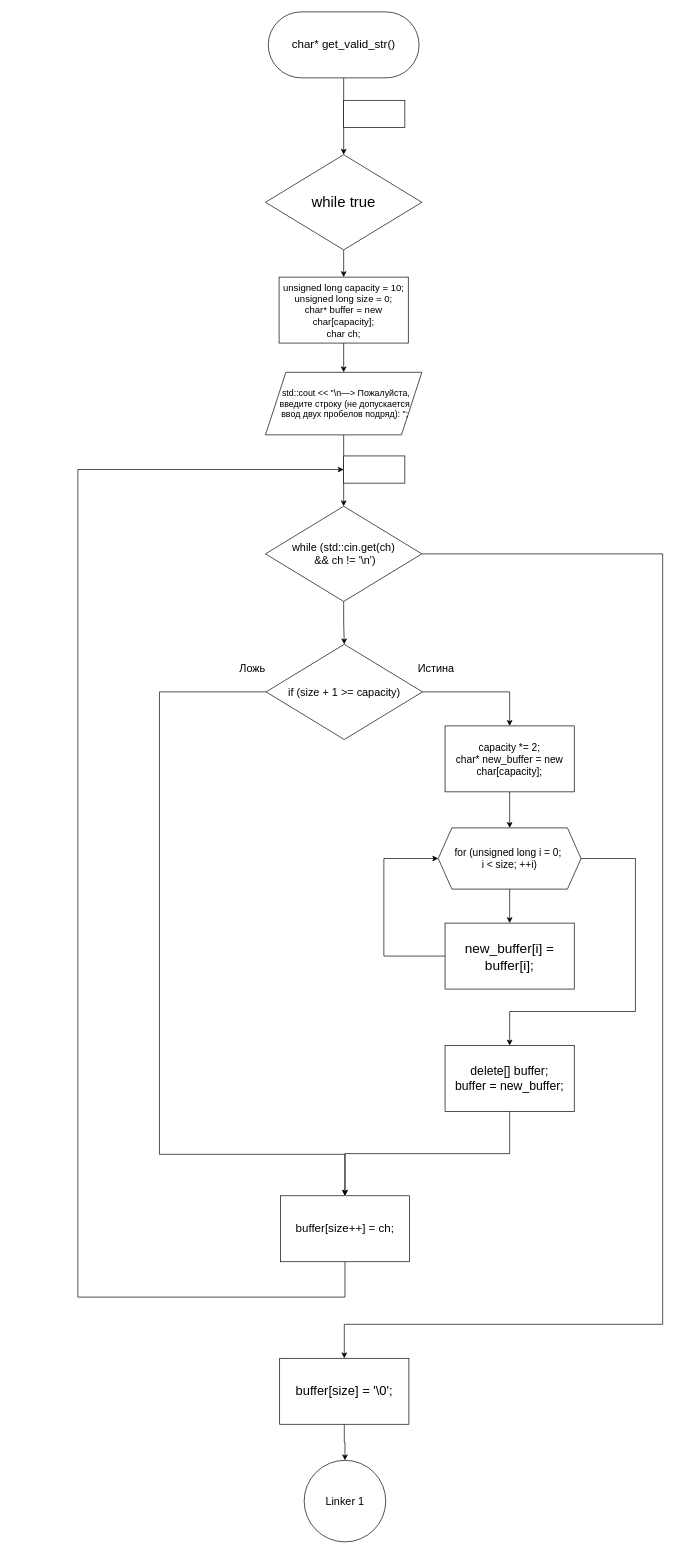
Above: LAB7_get_valid_str(1).drawio in kravecila28-ops/Block-diagram_templates (draw.io), before the change. Source tidied: cells renumbered, new cells numbered last; positions are measured from the earlier drawing's top-left corner, leaving out a move shared by most shapes. Both pictures are drawn from the tidied source at 68%, with x=0, y=0 at pixel (78, 12).
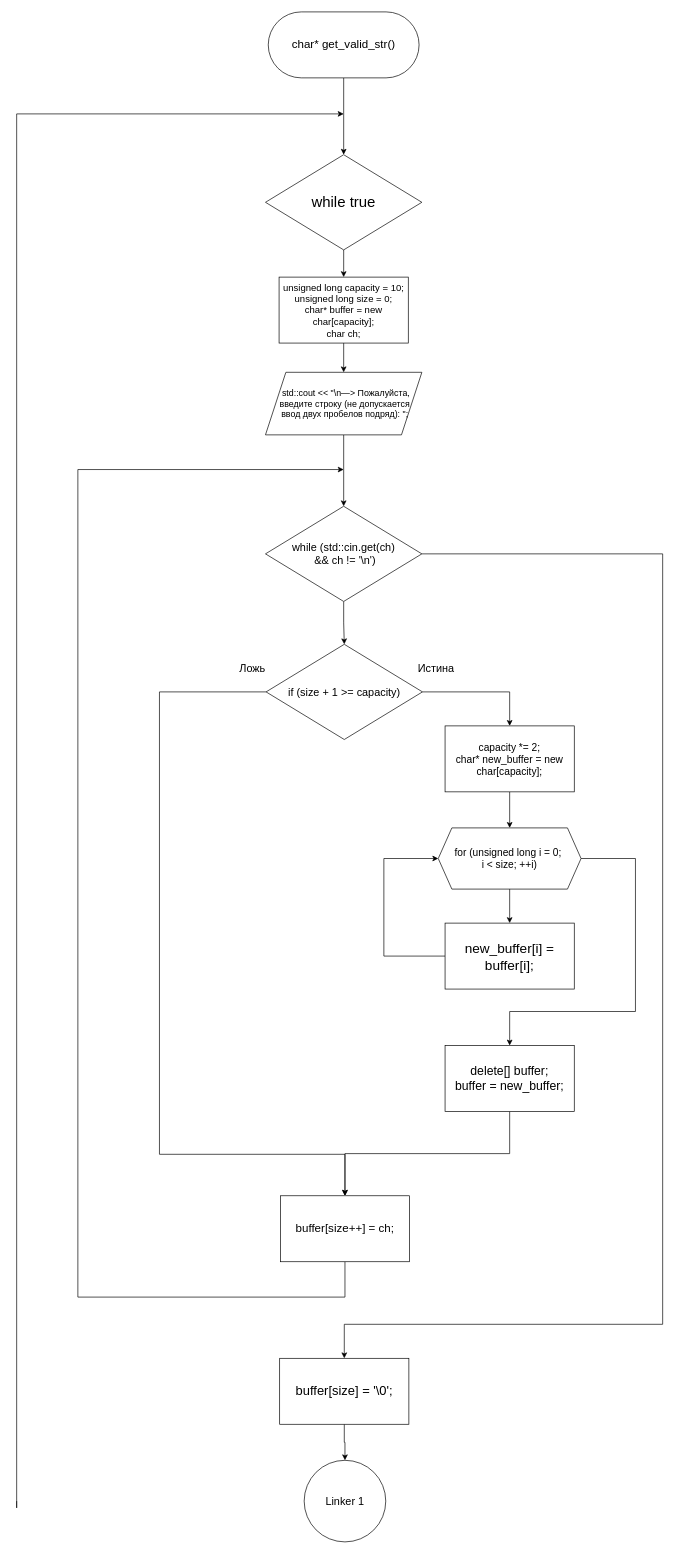
The same page after the edit.

The change refers to these unchanged cells:
```xml
<mxCell id="21" value="&lt;font style=&quot;font-size: 17px;&quot;&gt;buffer[size++] = ch;&lt;/font&gt;" style="rounded=0;whiteSpace=wrap;html=1;labelBackgroundColor=none;" parent="1" vertex="1">
  <mxGeometry x="297.8" y="1741" width="190" height="97" as="geometry" />
</mxCell>
```

The edit, as a diff of the source:
```diff
@@
-    <mxCell id="13" style="rounded=0;whiteSpace=wrap;html=1;" parent="1" vertex="1">
-      <mxGeometry x="390.9" y="130" width="90" height="40" as="geometry" />
-    </mxCell>
-    <mxCell id="14" style="rounded=0;whiteSpace=wrap;html=1;" parent="1" vertex="1">
-      <mxGeometry x="390.9" y="653" width="90" height="40" as="geometry" />
-    </mxCell>
@@
-    <mxCell id="20" style="edgeStyle=orthogonalEdgeStyle;rounded=0;jettySize=auto;html=1;exitX=0.5;exitY=1;exitDx=0;exitDy=0;entryX=0;entryY=0.5;entryDx=0;entryDy=0;" parent="1" edge="1" source="21" target="14">
+    <mxCell id="20" style="edgeStyle=orthogonalEdgeStyle;rounded=0;jettySize=auto;html=1;exitX=0.5;exitY=1;exitDx=0;exitDy=0;entryX=0;entryY=0.5;entryDx=0;entryDy=0;" parent="1" edge="1" source="21">
       <mxGeometry relative="1" as="geometry">
+        <mxPoint x="390.9" y="673" as="targetPoint" />
         <Array as="points">
           <mxPoint x="393" y="1890" />
           <mxPoint y="1890" />
           <mxPoint y="673" />
         </Array>
       </mxGeometry>
     </mxCell>
@@
+    <mxCell id="34" style="edgeStyle=orthogonalEdgeStyle;rounded=0;orthogonalLoop=1;jettySize=auto;html=1;exitX=0;exitY=0.5;exitDx=0;exitDy=0;entryX=0;entryY=0.5;entryDx=0;entryDy=0;" parent="1" edge="1">
+      <mxGeometry relative="1" as="geometry">
+        <mxPoint x="-90" y="2190" as="sourcePoint" />
+        <mxPoint x="390.9" y="150" as="targetPoint" />
+        <Array as="points">
+          <mxPoint x="-90" y="2200" />
+          <mxPoint x="-90" y="150" />
+        </Array>
+      </mxGeometry>
+    </mxCell>
```
